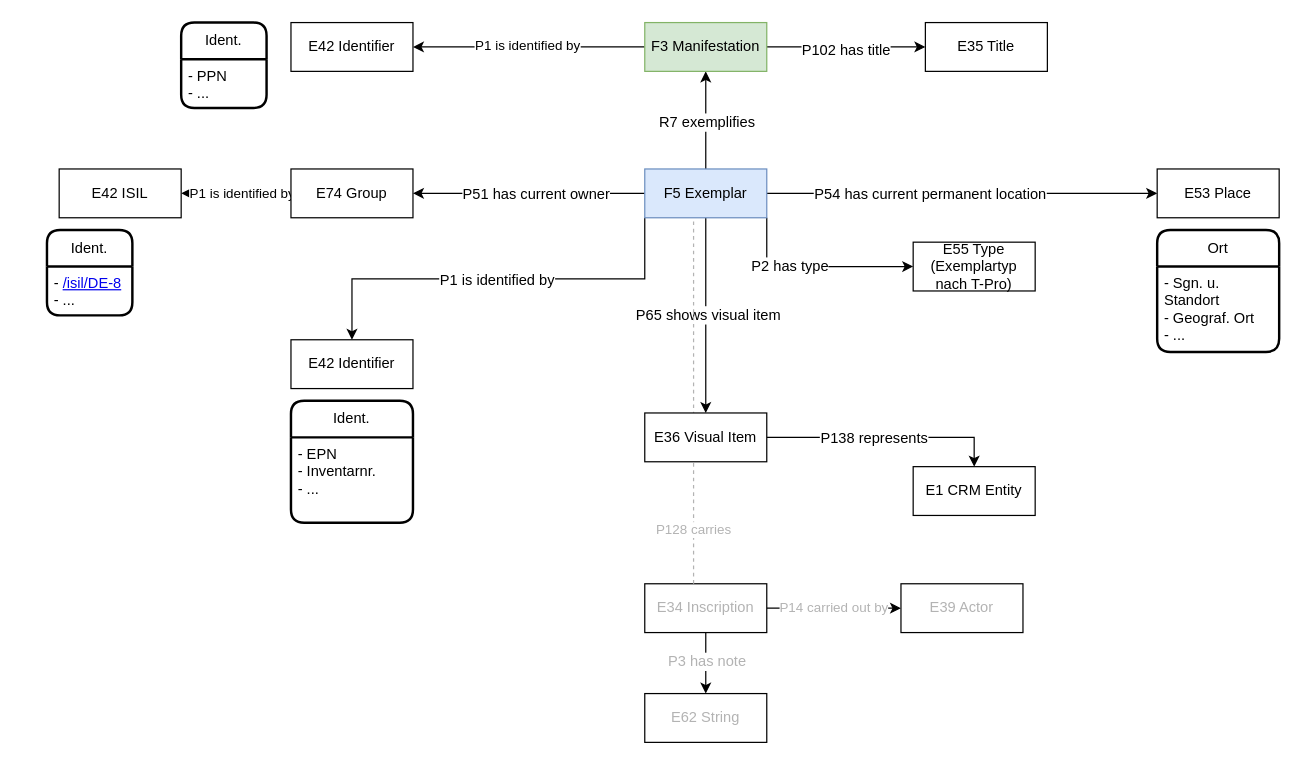
Above: domain ontology library provenance.drawio in flxfschr/library-provenance-research (draw.io), before the change. Source tidied: cells renumbered, new cells numbered last; positions are measured from the earlier drawing's top-left corner, leaving out a move shared by most shapes. Both pictures are drawn from the tidied source at 122%, with x=0, y=0 at pixel (46, 22).
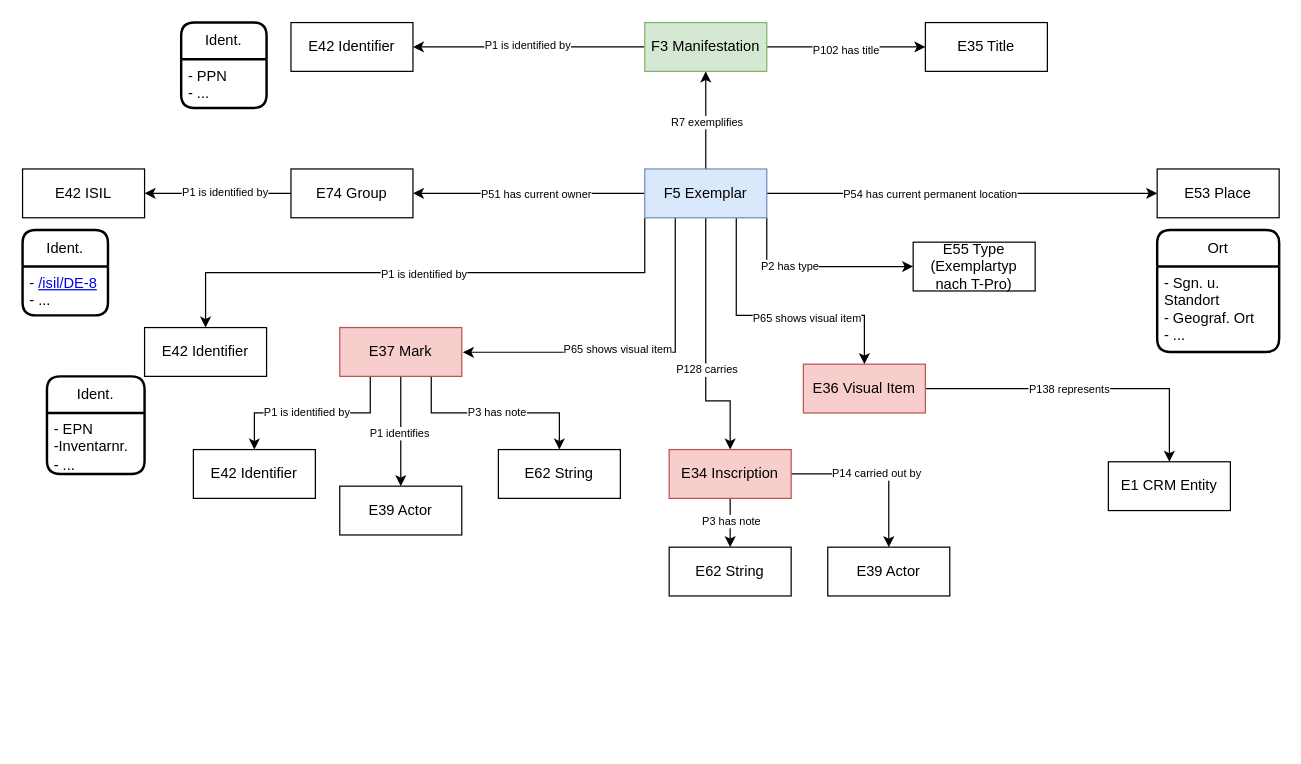
The same page after the edit.

The change refers to these unchanged cells:
```xml
<mxCell id="2" style="edgeStyle=orthogonalEdgeStyle;rounded=0;jettySize=auto;html=1;fontSize=12;arcSize=12;" parent="1" edge="1" source="14" target="19">
  <mxGeometry relative="1" as="geometry" />
</mxCell>
<mxCell id="4" style="edgeStyle=orthogonalEdgeStyle;rounded=0;jettySize=auto;html=1;entryX=0;entryY=0.5;entryDx=0;entryDy=0;fontSize=12;arcSize=12;" parent="1" edge="1" source="14" target="20">
  <mxGeometry relative="1" as="geometry">
    <Array as="points">
      <mxPoint x="820" y="140" />
    </Array>
  </mxGeometry>
</mxCell>
<mxCell id="6" style="edgeStyle=orthogonalEdgeStyle;rounded=0;jettySize=auto;html=1;entryX=1;entryY=0.5;entryDx=0;entryDy=0;fontSize=12;arcSize=12;" parent="1" edge="1" source="14" target="23">
  <mxGeometry relative="1" as="geometry" />
</mxCell>
<mxCell id="8" style="edgeStyle=orthogonalEdgeStyle;rounded=0;jettySize=auto;html=1;exitX=0;exitY=1;exitDx=0;exitDy=0;entryX=0.5;entryY=0;entryDx=0;entryDy=0;fontSize=12;arcSize=12;" parent="1" edge="1" source="14" target="30">
  <mxGeometry relative="1" as="geometry" />
</mxCell>
<mxCell id="12" style="edgeStyle=orthogonalEdgeStyle;rounded=0;jettySize=auto;html=1;exitX=1;exitY=1;exitDx=0;exitDy=0;entryX=0;entryY=0.5;entryDx=0;entryDy=0;fontSize=12;arcSize=12;" parent="1" edge="1" source="14" target="43">
  <mxGeometry relative="1" as="geometry" />
</mxCell>
<mxCell id="14" value="F5 Exemplar" style="whiteSpace=wrap;html=1;align=center;fontSize=12;arcSize=12;fillColor=#dae8fc;strokeColor=#6c8ebf;" parent="1" vertex="1">
  <mxGeometry x="490" y="120" width="100" height="40" as="geometry" />
</mxCell>
<mxCell id="15" style="edgeStyle=orthogonalEdgeStyle;rounded=0;jettySize=auto;html=1;exitX=1;exitY=0.5;exitDx=0;exitDy=0;entryX=0;entryY=0.5;entryDx=0;entryDy=0;fontSize=12;arcSize=12;" parent="1" edge="1" source="19" target="31">
  <mxGeometry relative="1" as="geometry" />
</mxCell>
<mxCell id="17" style="edgeStyle=orthogonalEdgeStyle;rounded=0;jettySize=auto;html=1;exitX=0;exitY=0.5;exitDx=0;exitDy=0;entryX=1;entryY=0.5;entryDx=0;entryDy=0;" parent="1" edge="1" source="19" target="44">
  <mxGeometry relative="1" as="geometry" />
</mxCell>
<mxCell id="21" style="edgeStyle=orthogonalEdgeStyle;rounded=0;jettySize=auto;html=1;" parent="1" edge="1" source="23" target="47">
  <mxGeometry relative="1" as="geometry" />
</mxCell>
<mxCell id="39" style="edgeStyle=orthogonalEdgeStyle;rounded=0;jettySize=auto;html=1;fontSize=12;arcSize=12;" parent="1" edge="1" source="41" target="42">
  <mxGeometry relative="1" as="geometry" />
</mxCell>
```

Change to the diagram source:
```diff
@@
-    <mxCell id="3" value="R7 exemplifies" style="edgeLabel;html=1;align=center;verticalAlign=middle;fontSize=12;arcSize=12;" parent="2" vertex="1">
+    <mxCell id="3" value="R7 exemplifies" style="edgeLabel;html=1;align=center;verticalAlign=middle;fontSize=9;arcSize=12;" parent="2" vertex="1">
       <mxGeometry x="-0.02" relative="1" as="geometry" />
     </mxCell>
@@
-    <mxCell id="5" value="P54 has current permanent location" style="edgeLabel;html=1;align=center;verticalAlign=middle;fontSize=12;arcSize=12;" parent="4" vertex="1">
+    <mxCell id="5" value="P54 has current permanent location" style="edgeLabel;html=1;align=center;verticalAlign=middle;fontSize=9;arcSize=12;" parent="4" vertex="1">
       <mxGeometry x="-0.17" relative="1" as="geometry" />
     </mxCell>
@@
-    <mxCell id="7" value="P51 has current owner" style="edgeLabel;html=1;align=center;verticalAlign=middle;fontSize=12;arcSize=12;" parent="6" vertex="1">
+    <mxCell id="7" value="P51 has current owner" style="edgeLabel;html=1;align=center;verticalAlign=middle;fontSize=9;arcSize=12;" parent="6" vertex="1">
       <mxGeometry x="-0.3" y="-1" relative="1" as="geometry">
         <mxPoint x="-23" y="1" as="offset" />
       </mxGeometry>
     </mxCell>
@@
-    <mxCell id="9" value="P1 is identified by" style="edgeLabel;html=1;align=center;verticalAlign=middle;fontSize=12;arcSize=12;" parent="8" vertex="1">
+    <mxCell id="9" value="P1 is identified by" style="edgeLabel;html=1;align=center;verticalAlign=middle;fontSize=9;arcSize=12;" parent="8" vertex="1">
       <mxGeometry x="0.01" y="1" relative="1" as="geometry" />
     </mxCell>
-    <mxCell id="10" style="edgeStyle=orthogonalEdgeStyle;rounded=0;jettySize=auto;html=1;fontSize=12;arcSize=12;" parent="1" edge="1" source="14" target="41">
-      <mxGeometry relative="1" as="geometry" />
-    </mxCell>
-    <mxCell id="11" value="P65 shows visual item" style="edgeLabel;html=1;align=center;verticalAlign=middle;fontSize=12;arcSize=12;" parent="10" vertex="1">
-      <mxGeometry x="-0.01" y="1" relative="1" as="geometry" />
-    </mxCell>
@@
-    <mxCell id="13" value="P2 has type" style="edgeLabel;html=1;align=center;verticalAlign=middle;fontSize=12;arcSize=12;" parent="12" vertex="1">
+    <mxCell id="13" value="P2 has type" style="edgeLabel;html=1;align=center;verticalAlign=middle;fontSize=9;arcSize=12;" parent="12" vertex="1">
       <mxGeometry x="-0.28" y="1" relative="1" as="geometry" />
     </mxCell>
+    <mxCell id="50" style="edgeStyle=orthogonalEdgeStyle;rounded=0;jettySize=auto;html=1;exitX=0.25;exitY=1;exitDx=0;exitDy=0;entryX=1.009;entryY=0.506;entryDx=0;entryDy=0;entryPerimeter=0;" parent="1" edge="1" source="14" target="60">
+      <mxGeometry relative="1" as="geometry">
+        <Array as="points">
+          <mxPoint x="515" y="270" />
+          <mxPoint x="341" y="270" />
+        </Array>
+      </mxGeometry>
+    </mxCell>
+    <mxCell id="51" value="P65 shows visual item" style="edgeLabel;html=1;align=center;verticalAlign=middle;fontSize=9;" parent="50" vertex="1">
+      <mxGeometry x="0.11" y="-3" relative="1" as="geometry" />
+    </mxCell>
+    <mxCell id="10" style="edgeStyle=orthogonalEdgeStyle;rounded=0;jettySize=auto;html=1;exitX=0.75;exitY=1;exitDx=0;exitDy=0;entryX=0.5;entryY=0;entryDx=0;entryDy=0;" parent="1" edge="1" source="14" target="41">
+      <mxGeometry relative="1" as="geometry">
+        <Array as="points">
+          <mxPoint x="565" y="240" />
+          <mxPoint x="670" y="240" />
+        </Array>
+      </mxGeometry>
+    </mxCell>
+    <mxCell id="52" value="P65 shows visual item" style="edgeLabel;html=1;align=center;verticalAlign=middle;fontSize=9;" parent="10" vertex="1">
+      <mxGeometry x="0.22" y="-2" relative="1" as="geometry" />
+    </mxCell>
+    <mxCell id="53" style="edgeStyle=orthogonalEdgeStyle;rounded=0;jettySize=auto;html=1;exitX=0.5;exitY=1;exitDx=0;exitDy=0;entryX=0.5;entryY=0;entryDx=0;entryDy=0;" parent="1" edge="1" source="14" target="28">
+      <mxGeometry relative="1" as="geometry">
+        <Array as="points">
+          <mxPoint x="540" y="310" />
+          <mxPoint x="560" y="310" />
+        </Array>
+      </mxGeometry>
+    </mxCell>
+    <mxCell id="38" value="P128 carries" style="edgeLabel;html=1;align=center;verticalAlign=middle;fontSize=9;" parent="53" vertex="1">
+      <mxGeometry x="0.18" relative="1" as="geometry" />
+    </mxCell>
@@
-    <mxCell id="16" value="P102 has title" style="edgeLabel;html=1;align=center;verticalAlign=middle;fontSize=12;arcSize=12;" parent="15" vertex="1">
+    <mxCell id="16" value="P102 has title" style="edgeLabel;html=1;align=center;verticalAlign=middle;fontSize=9;arcSize=12;" parent="15" vertex="1">
       <mxGeometry x="-0.01" y="-2" relative="1" as="geometry" />
     </mxCell>
@@
-    <mxCell id="18" value="P1 is identified by" style="edgeLabel;html=1;align=center;verticalAlign=middle;" parent="17" vertex="1">
+    <mxCell id="18" value="P1 is identified by" style="edgeLabel;html=1;align=center;verticalAlign=middle;fontSize=9;" parent="17" vertex="1">
       <mxGeometry x="0.02" y="-2" relative="1" as="geometry" />
     </mxCell>
@@
-    <mxCell id="22" value="P1 is identified by" style="edgeLabel;html=1;align=center;verticalAlign=middle;" parent="21" vertex="1">
+    <mxCell id="22" value="P1 is identified by" style="edgeLabel;html=1;align=center;verticalAlign=middle;fontSize=9;" parent="21" vertex="1">
       <mxGeometry x="-0.09" y="-1" relative="1" as="geometry" />
     </mxCell>
@@
-    <mxCell id="24" style="edgeStyle=orthogonalEdgeStyle;rounded=0;jettySize=auto;html=1;fontColor=#B3B3B3;fontSize=12;arcSize=12;" parent="1" edge="1" source="28" target="36">
+    <mxCell id="24" style="edgeStyle=orthogonalEdgeStyle;rounded=0;jettySize=auto;html=1;fontColor=#000000;fontSize=12;arcSize=12;" parent="1" edge="1" source="28" target="36">
       <mxGeometry relative="1" as="geometry" />
     </mxCell>
-    <mxCell id="25" value="P3 has note" style="edgeLabel;html=1;align=center;verticalAlign=middle;fontColor=#B3B3B3;fontSize=12;arcSize=12;" parent="24" vertex="1">
+    <mxCell id="25" value="P3 has note" style="edgeLabel;html=1;align=center;verticalAlign=middle;fontColor=#000000;fontSize=9;arcSize=12;" parent="24" vertex="1">
       <mxGeometry x="-0.1" relative="1" as="geometry" />
     </mxCell>
-    <mxCell id="26" style="edgeStyle=orthogonalEdgeStyle;rounded=0;jettySize=auto;html=1;" parent="1" edge="1" source="28" target="29">
+    <mxCell id="26" style="edgeStyle=orthogonalEdgeStyle;rounded=0;jettySize=auto;html=1;fontColor=#000000;" parent="1" edge="1" source="28" target="29">
       <mxGeometry relative="1" as="geometry" />
     </mxCell>
-    <mxCell id="27" value="&lt;span style=&quot;color: rgb(179, 179, 179);&quot;&gt;P14 carried out by&lt;/span&gt;" style="edgeLabel;html=1;align=center;verticalAlign=middle;" parent="26" vertex="1">
+    <mxCell id="27" value="&lt;span&gt;P14 carried out by&lt;/span&gt;" style="edgeLabel;html=1;align=center;verticalAlign=middle;fontColor=#000000;fontSize=9;" parent="26" vertex="1">
       <mxGeometry x="-0.01" y="1" relative="1" as="geometry" />
     </mxCell>
-    <mxCell id="28" value="E34 Inscription" style="whiteSpace=wrap;html=1;align=center;fontColor=#B3B3B3;fontSize=12;arcSize=12;" parent="1" vertex="1">
-      <mxGeometry x="490" y="460" width="100" height="40" as="geometry" />
+    <mxCell id="28" value="E34 Inscription" style="whiteSpace=wrap;html=1;align=center;fontSize=12;arcSize=12;fillColor=#f8cecc;strokeColor=#b85450;" parent="1" vertex="1">
+      <mxGeometry x="510" y="350" width="100" height="40" as="geometry" />
     </mxCell>
-    <mxCell id="29" value="E39 Actor" style="whiteSpace=wrap;html=1;align=center;fontColor=#B3B3B3;fontSize=12;arcSize=12;" parent="1" vertex="1">
-      <mxGeometry x="700" y="460" width="100" height="40" as="geometry" />
+    <mxCell id="29" value="E39 Actor" style="whiteSpace=wrap;html=1;align=center;fontColor=#000000;fontSize=12;arcSize=12;" parent="1" vertex="1">
+      <mxGeometry x="640" y="430" width="100" height="40" as="geometry" />
     </mxCell>
     <mxCell id="30" value="E42 Identifier" style="whiteSpace=wrap;html=1;align=center;fontSize=12;arcSize=12;" parent="1" vertex="1">
-      <mxGeometry x="200" y="260" width="100" height="40" as="geometry" />
+      <mxGeometry x="80" y="250" width="100" height="40" as="geometry" />
     </mxCell>
@@
     <mxCell id="32" value="Ident." style="swimlane;horizontal=1;startSize=30;rounded=1;fontSize=12;fontStyle=0;strokeWidth=2;shadow=0;dashed=0;align=center;arcSize=12;whiteSpace=wrap;html=1;" parent="1" vertex="1">
-      <mxGeometry x="200" y="310" width="100" height="100" as="geometry" />
+      <mxGeometry y="290" width="80" height="80" as="geometry" />
     </mxCell>
-    <mxCell id="33" value="- EPN&lt;br&gt;- Inventarnr.&lt;br&gt;- ..." style="align=left;strokeColor=none;fillColor=none;spacingLeft=4;spacingRight=4;fontSize=12;verticalAlign=top;html=1;whiteSpace=wrap;arcSize=12;" parent="32" vertex="1">
-      <mxGeometry y="30" width="100" height="70" as="geometry" />
+    <mxCell id="33" value="- EPN&lt;br&gt;-Inventarnr.&lt;br&gt;- ..." style="align=left;strokeColor=none;fillColor=none;spacingLeft=4;spacingRight=4;fontSize=12;verticalAlign=top;html=1;whiteSpace=wrap;arcSize=12;" parent="32" vertex="1">
+      <mxGeometry y="30" width="80" height="50" as="geometry" />
     </mxCell>
@@
-    <mxCell id="36" value="E62 String" style="whiteSpace=wrap;html=1;align=center;fontColor=#B3B3B3;fontSize=12;arcSize=12;" parent="1" vertex="1">
-      <mxGeometry x="490" y="550" width="100" height="40" as="geometry" />
+    <mxCell id="36" value="E62 String" style="whiteSpace=wrap;html=1;align=center;fontColor=#000000;fontSize=12;arcSize=12;" parent="1" vertex="1">
+      <mxGeometry x="510" y="430" width="100" height="40" as="geometry" />
     </mxCell>
-    <mxCell id="37" style="endArrow=none;dashed=1;html=1;rounded=0;entryX=0.5;entryY=1;entryDx=0;entryDy=0;fontSize=12;arcSize=12;strokeColor=#B3B3B3;" parent="1" edge="1">
-      <mxGeometry relative="1" as="geometry">
-        <mxPoint x="530" y="460" as="sourcePoint" />
-        <mxPoint x="530" y="160" as="targetPoint" />
-      </mxGeometry>
-    </mxCell>
-    <mxCell id="38" value="&lt;span style=&quot;color: rgb(179, 179, 179);&quot;&gt;P128 carries&lt;/span&gt;" style="edgeLabel;html=1;align=center;verticalAlign=middle;" parent="37" vertex="1">
-      <mxGeometry x="-0.7" y="1" relative="1" as="geometry" />
-    </mxCell>
@@
-    <mxCell id="40" value="P138 represents" style="edgeLabel;html=1;align=center;verticalAlign=middle;fontSize=12;arcSize=12;" parent="39" vertex="1">
+    <mxCell id="40" value="P138 represents" style="edgeLabel;html=1;align=center;verticalAlign=middle;fontSize=9;arcSize=12;" parent="39" vertex="1">
       <mxGeometry x="-0.1" relative="1" as="geometry" />
     </mxCell>
-    <mxCell id="41" value="E36 Visual Item" style="whiteSpace=wrap;html=1;align=center;fontSize=12;arcSize=12;" parent="1" vertex="1">
-      <mxGeometry x="490" y="320" width="100" height="40" as="geometry" />
+    <mxCell id="41" value="E36 Visual Item" style="whiteSpace=wrap;html=1;align=center;fontSize=12;arcSize=12;fillColor=#f8cecc;strokeColor=#b85450;" parent="1" vertex="1">
+      <mxGeometry x="620" y="280" width="100" height="40" as="geometry" />
     </mxCell>
     <mxCell id="42" value="E1 CRM Entity" style="whiteSpace=wrap;html=1;align=center;fontSize=12;arcSize=12;" parent="1" vertex="1">
-      <mxGeometry x="710" y="364" width="100" height="40" as="geometry" />
+      <mxGeometry x="870" y="360" width="100" height="40" as="geometry" />
     </mxCell>
@@
     <mxCell id="47" value="E42 ISIL" style="whiteSpace=wrap;html=1;align=center;fontSize=12;arcSize=12;" parent="1" vertex="1">
-      <mxGeometry x="10" y="120" width="100" height="40" as="geometry" />
+      <mxGeometry x="-20" y="120" width="100" height="40" as="geometry" />
     </mxCell>
     <mxCell id="48" value="Ident." style="swimlane;horizontal=1;startSize=30;rounded=1;fontSize=12;fontStyle=0;strokeWidth=2;shadow=0;dashed=0;align=center;arcSize=12;whiteSpace=wrap;html=1;" parent="1" vertex="1">
-      <mxGeometry y="170" width="70" height="70" as="geometry" />
+      <mxGeometry x="-20" y="170" width="70" height="70" as="geometry" />
     </mxCell>
@@
+    <mxCell id="54" style="edgeStyle=orthogonalEdgeStyle;rounded=0;jettySize=auto;html=1;exitX=0.25;exitY=1;exitDx=0;exitDy=0;entryX=0.5;entryY=0;entryDx=0;entryDy=0;" parent="1" edge="1" source="60" target="61">
+      <mxGeometry relative="1" as="geometry" />
+    </mxCell>
+    <mxCell id="55" value="P1 is identified by" style="edgeLabel;html=1;align=center;verticalAlign=middle;fontSize=9;" parent="54" vertex="1">
+      <mxGeometry x="0.07" y="-1" relative="1" as="geometry" />
+    </mxCell>
+    <mxCell id="56" style="edgeStyle=orthogonalEdgeStyle;rounded=0;jettySize=auto;html=1;exitX=0.75;exitY=1;exitDx=0;exitDy=0;entryX=0.5;entryY=0;entryDx=0;entryDy=0;" parent="1" edge="1" source="60" target="62">
+      <mxGeometry relative="1" as="geometry" />
+    </mxCell>
+    <mxCell id="57" value="P3 has note" style="edgeLabel;html=1;align=center;verticalAlign=middle;fontSize=9;" parent="56" vertex="1">
+      <mxGeometry y="1" relative="1" as="geometry" />
+    </mxCell>
+    <mxCell id="58" style="edgeStyle=orthogonalEdgeStyle;rounded=0;jettySize=auto;html=1;exitX=0.5;exitY=1;exitDx=0;exitDy=0;entryX=0.5;entryY=0;entryDx=0;entryDy=0;" parent="1" edge="1" source="60" target="63">
+      <mxGeometry relative="1" as="geometry" />
+    </mxCell>
+    <mxCell id="59" value="P1 identifies" style="edgeLabel;html=1;align=center;verticalAlign=middle;fontSize=9;" parent="58" vertex="1">
+      <mxGeometry x="0.02" y="-2" relative="1" as="geometry" />
+    </mxCell>
+    <mxCell id="60" value="E37 Mark" style="whiteSpace=wrap;html=1;align=center;fillColor=#f8cecc;strokeColor=#b85450;" parent="1" vertex="1">
+      <mxGeometry x="240" y="250" width="100" height="40" as="geometry" />
+    </mxCell>
+    <mxCell id="61" value="E42 Identifier" style="whiteSpace=wrap;html=1;align=center;fontSize=12;arcSize=12;" parent="1" vertex="1">
+      <mxGeometry x="120" y="350" width="100" height="40" as="geometry" />
+    </mxCell>
+    <mxCell id="62" value="&lt;span style=&quot;color: rgb(0, 0, 0);&quot;&gt;E62 String&lt;/span&gt;" style="whiteSpace=wrap;html=1;align=center;fontColor=#B3B3B3;fontSize=12;arcSize=12;" parent="1" vertex="1">
+      <mxGeometry x="370" y="350" width="100" height="40" as="geometry" />
+    </mxCell>
+    <mxCell id="63" value="E39 Actor" style="whiteSpace=wrap;html=1;align=center;fontColor=#000000;fontSize=12;arcSize=12;" parent="1" vertex="1">
+      <mxGeometry x="240" y="380" width="100" height="40" as="geometry" />
+    </mxCell>
```
